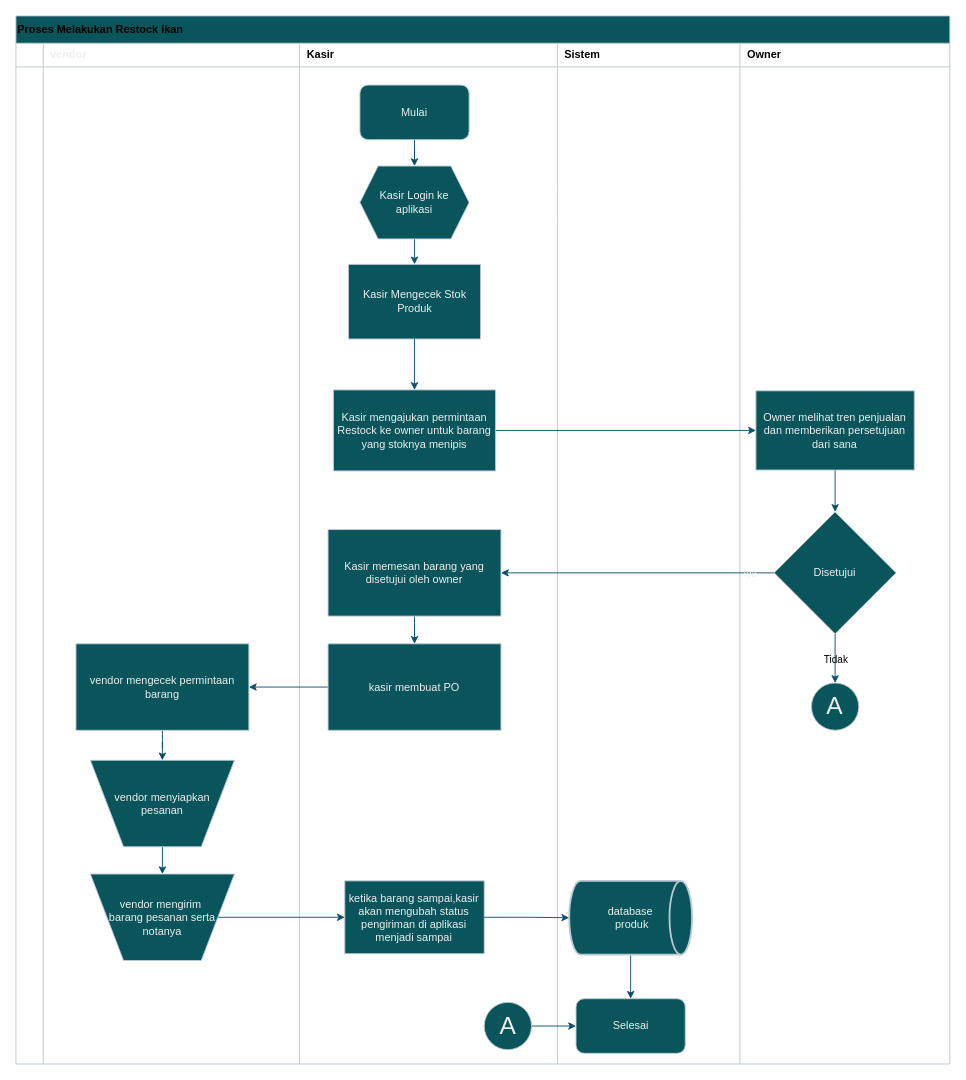
shinoaaa/drawio keeps this draw.io diagram as restock product.drawio. Above is the earlier version. Source tidied: cells renumbered, new cells numbered last; positions are measured from the earlier drawing's top-left corner, leaving out a move shared by most shapes. Both pictures are drawn from the tidied source at 91%, with x=0, y=0 at pixel (15, 15).
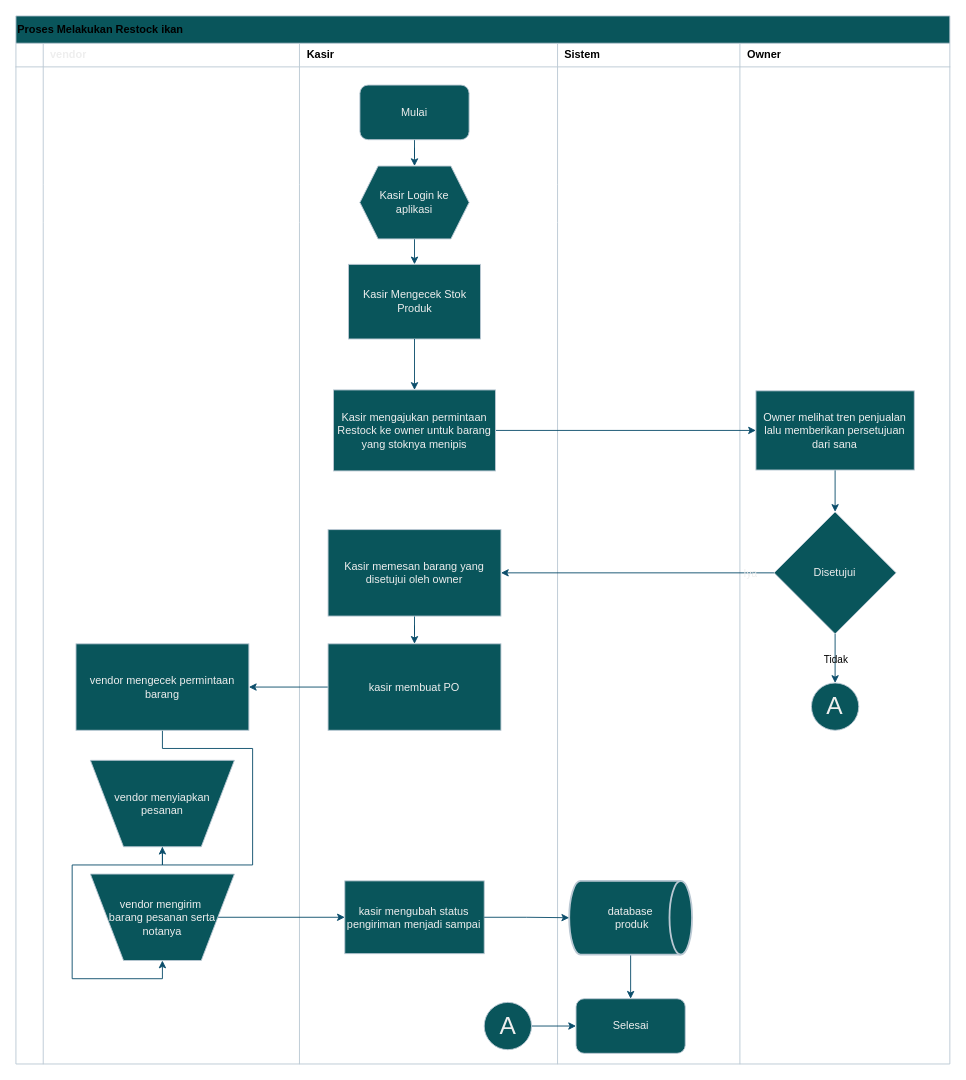
The same diagram, later.

Unchanged cells that the change refers to:
```xml
<mxCell id="47" value="vendor mengecek permintaan barang" style="rounded=0;whiteSpace=wrap;html=1;strokeColor=#BAC8D3;fontColor=#EEEEEE;fillColor=#09555B;labelBackgroundColor=none;" parent="1" vertex="1">
  <mxGeometry x="66" y="690" width="190" height="95" as="geometry" />
</mxCell>
<mxCell id="52" value="vendor mengirim&amp;nbsp;&lt;div&gt;barang pesanan serta&lt;/div&gt;&lt;div&gt;notanya&lt;/div&gt;" style="verticalLabelPosition=middle;verticalAlign=middle;html=1;shape=trapezoid;perimeter=trapezoidPerimeter;whiteSpace=wrap;size=0.23;arcSize=10;flipV=1;labelPosition=center;align=center;labelBackgroundColor=none;fillColor=#09555B;strokeColor=#BAC8D3;fontColor=#EEEEEE;" parent="1" vertex="1">
  <mxGeometry x="81.8" y="943" width="158.3" height="95" as="geometry" />
</mxCell>
<mxCell id="54" value="vendor menyiapkan&lt;div&gt;pesanan&lt;/div&gt;" style="verticalLabelPosition=middle;verticalAlign=middle;html=1;shape=trapezoid;perimeter=trapezoidPerimeter;whiteSpace=wrap;size=0.23;arcSize=10;flipV=1;labelPosition=center;align=center;labelBackgroundColor=none;fillColor=#09555B;strokeColor=#BAC8D3;fontColor=#EEEEEE;" parent="1" vertex="1">
  <mxGeometry x="81.8" y="818" width="158.3" height="95" as="geometry" />
</mxCell>
```

Change to the diagram source:
```diff
@@
-    <mxCell id="35" value="Owner melihat tren penjualan dan memberikan persetujuan dari sana" style="rounded=0;whiteSpace=wrap;html=1;strokeColor=#BAC8D3;fontColor=#EEEEEE;fillColor=#09555B;labelBackgroundColor=none;" parent="1" vertex="1">
+    <mxCell id="35" value="Owner melihat tren penjualan lalu memberikan persetujuan dari sana" style="rounded=0;whiteSpace=wrap;html=1;strokeColor=#BAC8D3;fontColor=#EEEEEE;fillColor=#09555B;labelBackgroundColor=none;" parent="1" vertex="1">
       <mxGeometry x="813.2" y="412" width="174" height="87" as="geometry" />
     </mxCell>
@@
-    <mxCell id="43" value="ketika barang sampai,kasir akan mengubah status pengiriman di aplikasi menjadi sampai" style="rounded=0;whiteSpace=wrap;html=1;strokeColor=#BAC8D3;fontColor=#EEEEEE;fillColor=#09555B;labelBackgroundColor=none;" parent="1" vertex="1">
+    <mxCell id="43" value="kasir mengubah status pengiriman menjadi sampai" style="rounded=0;whiteSpace=wrap;html=1;strokeColor=#BAC8D3;fontColor=#EEEEEE;fillColor=#09555B;labelBackgroundColor=none;" parent="1" vertex="1">
       <mxGeometry x="361.4" y="950.5" width="153.2" height="80" as="geometry" />
     </mxCell>
@@
-    <mxCell id="46" style="edgeStyle=orthogonalEdgeStyle;rounded=0;jettySize=auto;html=1;entryX=0.5;entryY=0;entryDx=0;entryDy=0;strokeColor=#0B4D6A;" parent="1" edge="1" source="47" target="54">
+    <mxCell id="46" style="edgeStyle=orthogonalEdgeStyle;rounded=0;jettySize=auto;html=1;entryX=0.5;entryY=1;entryDx=0;entryDy=0;strokeColor=#0B4D6A;" parent="1" edge="1" source="47" target="54">
       <mxGeometry relative="1" as="geometry" />
     </mxCell>
@@
-    <mxCell id="53" style="edgeStyle=orthogonalEdgeStyle;rounded=0;jettySize=auto;html=1;entryX=0.5;entryY=0;entryDx=0;entryDy=0;strokeColor=#0B4D6A;" parent="1" edge="1" source="54" target="52">
+    <mxCell id="53" style="edgeStyle=orthogonalEdgeStyle;rounded=0;jettySize=auto;html=1;entryX=0.5;entryY=1;entryDx=0;entryDy=0;strokeColor=#0B4D6A;" parent="1" edge="1" source="54" target="52">
       <mxGeometry relative="1" as="geometry" />
     </mxCell>
```
